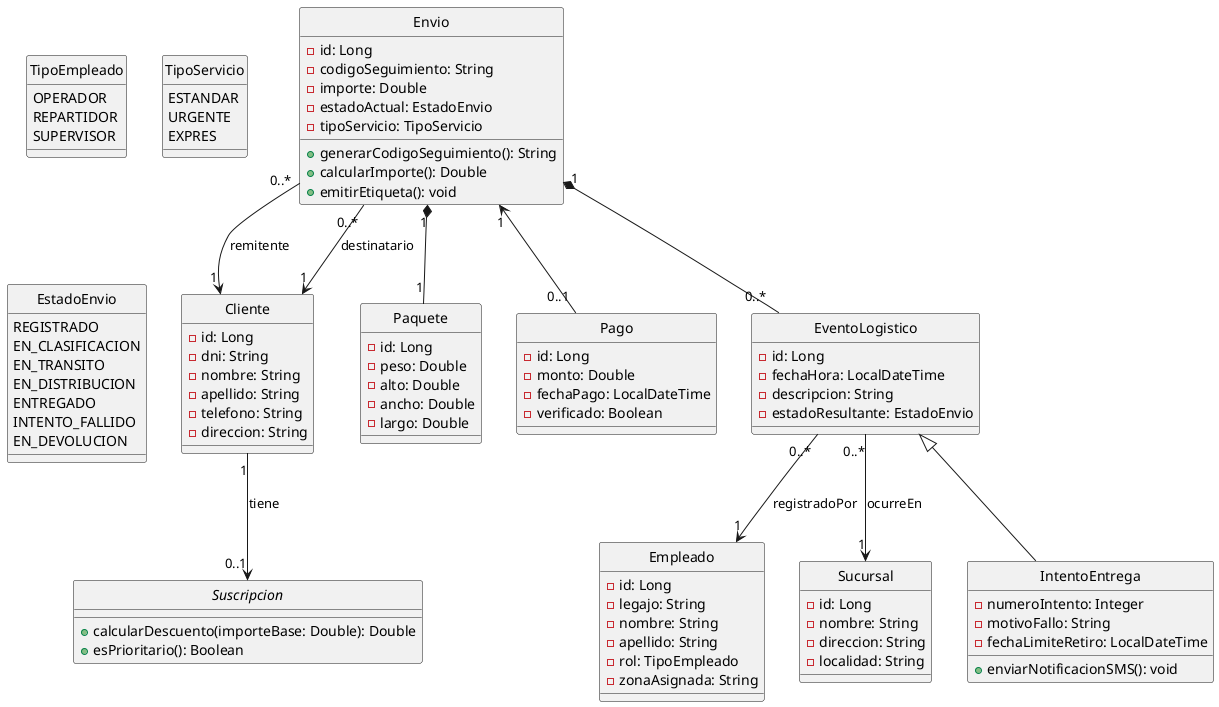
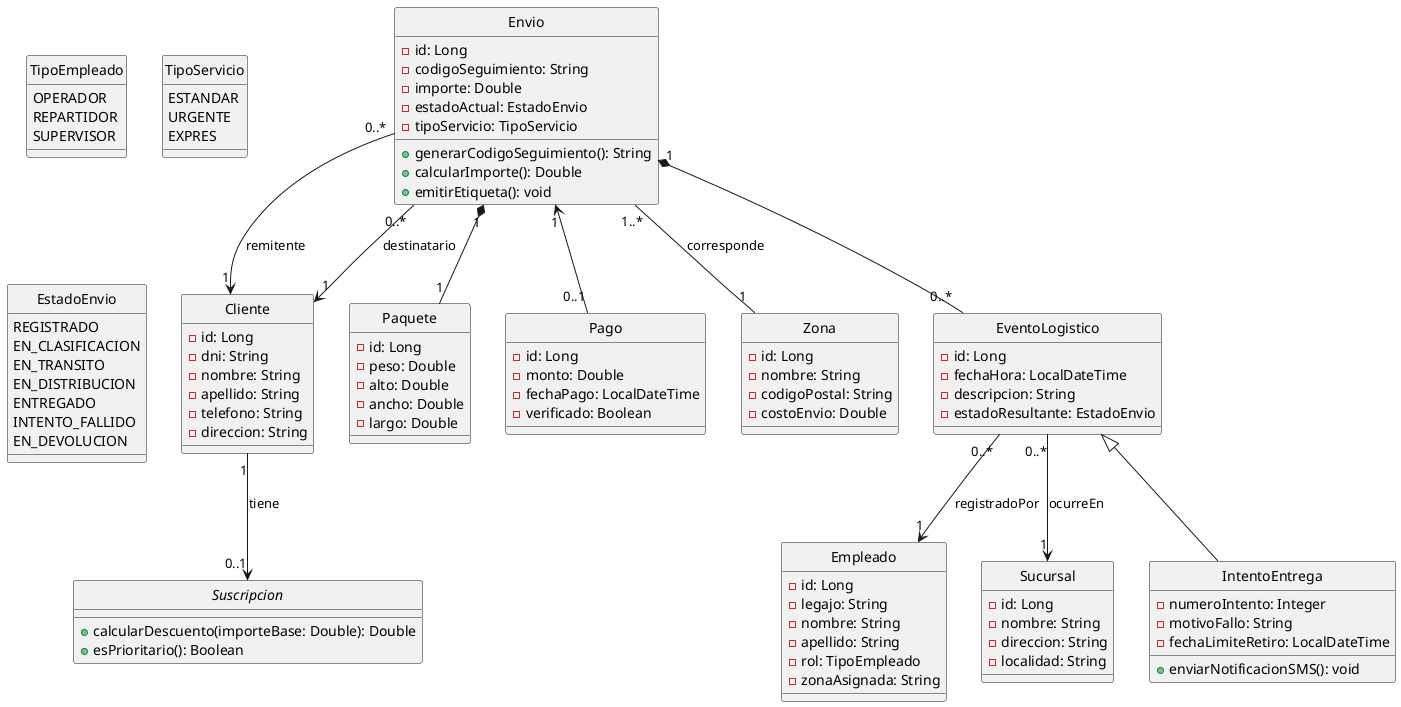
@startuml
skinparam style strictuml
skinparam DefaultFontName "Arial"

enum TipoEmpleado {
    OPERADOR
    REPARTIDOR
    SUPERVISOR
}

enum TipoServicio {
    ESTANDAR
    URGENTE
    EXPRES
}

enum EstadoEnvio {
    REGISTRADO
    EN_CLASIFICACION
    EN_TRANSITO
    EN_DISTRIBUCION
    ENTREGADO
    INTENTO_FALLIDO
    EN_DEVOLUCION
}

interface Suscripcion {
    + calcularDescuento(importeBase: Double): Double
    + esPrioritario(): Boolean
}

class Cliente {
    - id: Long
    - dni: String
    - nombre: String
    - apellido: String
    - telefono: String
    - direccion: String
}

class Envio {
    - id: Long
    - codigoSeguimiento: String
    - importe: Double
    - estadoActual: EstadoEnvio
    - tipoServicio: TipoServicio
    + generarCodigoSeguimiento(): String
    + calcularImporte(): Double
    + emitirEtiqueta(): void
}

class Paquete {
    - id: Long
    - peso: Double
    - alto: Double
    - ancho: Double
    - largo: Double
}

class Pago {
    - id: Long
    - monto: Double
    - fechaPago: LocalDateTime
    - verificado: Boolean
}

+ class Zona {
+     - id: Long
+     - nombre: String
+     - codigoPostal: String
+     - costoEnvio: Double
+ }
+ 
class Empleado {
    - id: Long
    - legajo: String
    - nombre: String
    - apellido: String
    - rol: TipoEmpleado
    - zonaAsignada: String
}

class Sucursal {
    - id: Long
    - nombre: String
    - direccion: String
    - localidad: String
}

class EventoLogistico {
    - id: Long
    - fechaHora: LocalDateTime
    - descripcion: String
    - estadoResultante: EstadoEnvio
}

class IntentoEntrega {
    - numeroIntento: Integer
    - motivoFallo: String
    - fechaLimiteRetiro: LocalDateTime
    + enviarNotificacionSMS(): void
}
' --- RELACIONES ---

' Un cliente puede tener una suscripción (Módulo futuro sin alterar la estructura principal)
Cliente "1" --> "0..1" Suscripcion : tiene

' Un envío tiene un cliente remitente y un cliente destinatario
Envio "0..*" --> "1" Cliente : remitente
Envio "0..*" --> "1" Cliente : destinatario

' El envío se compone de un paquete y registra un pago
Envio "1" *-- "1" Paquete
Envio "1" <-- "0..1" Pago
+ Envio "1..*" -- "1" Zona : corresponde

' El envío acumula el historial de eventos logísticos
Envio "1" *-- "0..*" EventoLogistico

' Cada evento es registrado por un empleado en una sucursal específica
EventoLogistico "0..*" --> "1" Empleado : registradoPor
EventoLogistico "0..*" --> "1" Sucursal : ocurreEn

' El intento de entrega es una especialización (herencia) de un evento logístico
EventoLogistico <|-- IntentoEntrega

@enduml